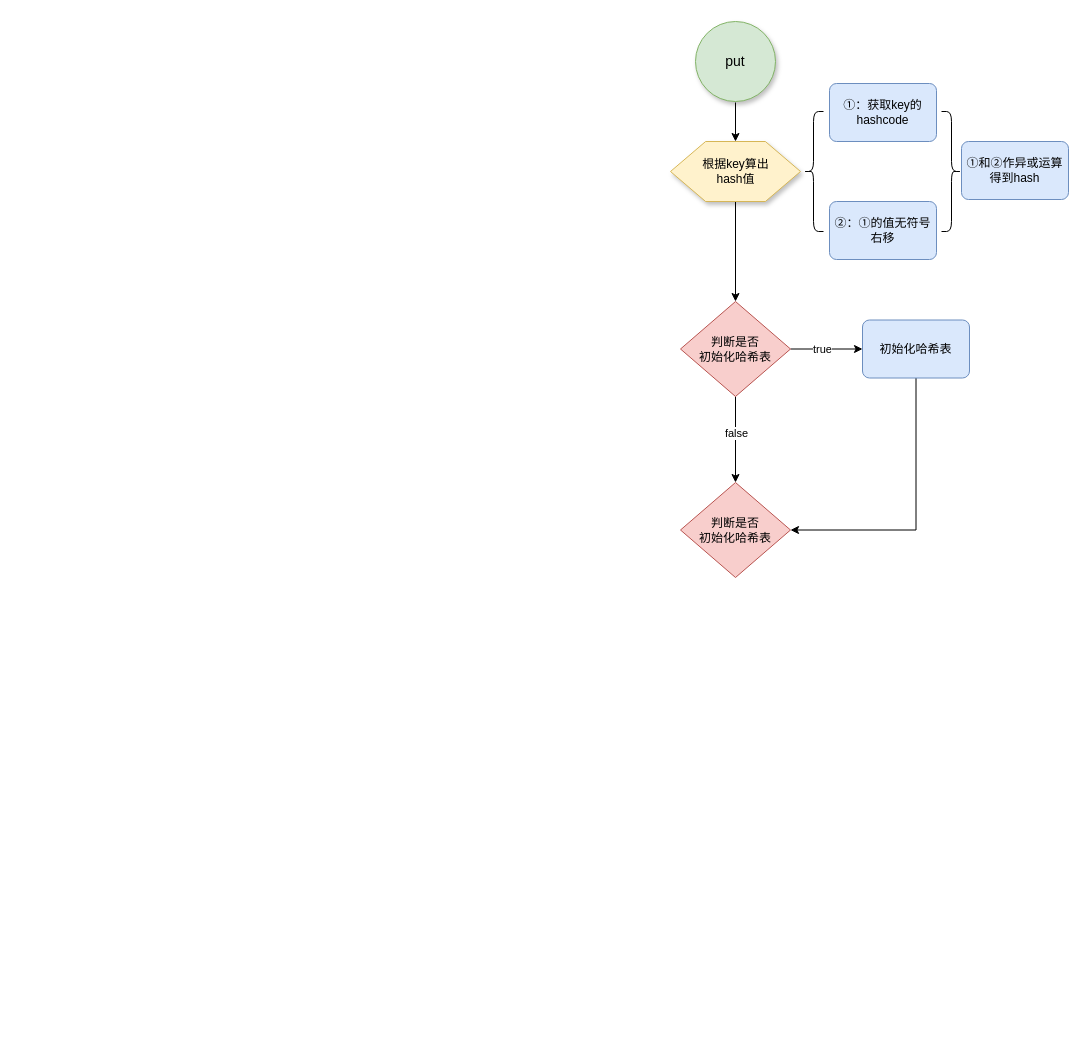
Before: typora/JavaSE/6 集合/drawio/HashMap/put过程1.8.drawio in LDChing0321/JavaLearn, a draw.io diagram. Source tidied: cells renumbered, new cells numbered last; positions are measured from the earlier drawing's top-left corner, leaving out a move shared by most shapes. Both pictures are drawn from the tidied source at 100%, with x=0, y=0 at pixel (670, 21).
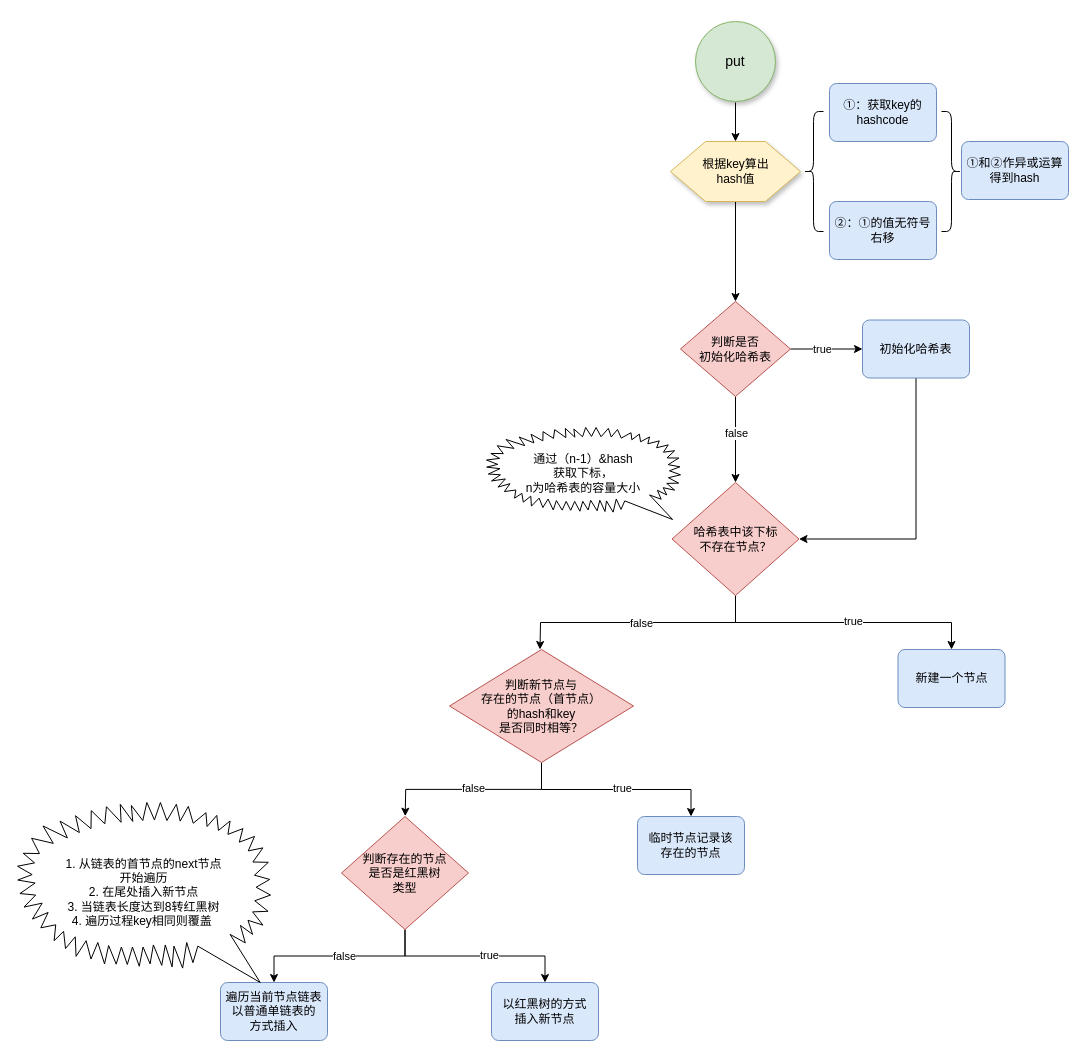
Above is the later version.

What changed in the source:
```diff
@@
+    <mxCell id="19" style="edgeStyle=orthogonalEdgeStyle;rounded=0;jettySize=auto;html=1;exitX=0.5;exitY=1;exitDx=0;exitDy=0;exitPerimeter=0;entryX=0.5;entryY=0;entryDx=0;entryDy=0;strokeColor=#000000;" parent="1" edge="1" source="18" target="24">
+      <mxGeometry relative="1" as="geometry" />
+    </mxCell>
+    <mxCell id="20" value="true" style="edgeLabel;html=1;align=center;verticalAlign=middle;" parent="19" vertex="1">
+      <mxGeometry x="0.07" y="2" relative="1" as="geometry" />
+    </mxCell>
+    <mxCell id="21" style="edgeStyle=orthogonalEdgeStyle;rounded=0;jettySize=auto;html=1;exitX=0.5;exitY=1;exitDx=0;exitDy=0;exitPerimeter=0;entryX=0.5;entryY=0;entryDx=0;entryDy=0;strokeColor=#000000;" parent="1" edge="1" source="18">
+      <mxGeometry relative="1" as="geometry">
+        <mxPoint x="-130.5" y="628" as="targetPoint" />
+      </mxGeometry>
+    </mxCell>
+    <mxCell id="22" value="false" style="edgeLabel;html=1;align=center;verticalAlign=middle;" parent="21" vertex="1">
+      <mxGeometry x="-0.16" relative="1" as="geometry">
+        <mxPoint x="-17" as="offset" />
+      </mxGeometry>
+    </mxCell>
-    <mxCell id="18" value="判断是否&lt;br&gt;初始化哈希表" style="strokeWidth=1;html=1;shape=mxgraph.flowchart.decision;whiteSpace=wrap;fillColor=#f8cecc;strokeColor=#b85450;" parent="1" vertex="1">
-      <mxGeometry x="10" y="461" width="110" height="95" as="geometry" />
+    <mxCell id="18" value="哈希表中该下标&lt;br&gt;不存在节点？" style="strokeWidth=1;html=1;shape=mxgraph.flowchart.decision;whiteSpace=wrap;fillColor=#f8cecc;strokeColor=#b85450;" parent="1" vertex="1">
+      <mxGeometry x="1.5" y="461" width="127" height="113" as="geometry" />
     </mxCell>
+    <mxCell id="23" value="通过（n-1）&amp;amp;hash&lt;br&gt;获取下标，&lt;br&gt;n为哈希表的容量大小" style="whiteSpace=wrap;html=1;shape=mxgraph.basic.loud_callout;strokeWidth=1;flipH=1;" parent="1" vertex="1">
+      <mxGeometry x="-184" y="406" width="194" height="92" as="geometry" />
+    </mxCell>
+    <mxCell id="24" value="新建一个节点" style="rounded=1;whiteSpace=wrap;html=1;absoluteArcSize=1;arcSize=14;strokeWidth=1;fillColor=#dae8fc;strokeColor=#6c8ebf;" parent="1" vertex="1">
+      <mxGeometry x="227.5" y="628" width="107" height="58" as="geometry" />
+    </mxCell>
+    <mxCell id="25" style="edgeStyle=orthogonalEdgeStyle;rounded=0;jettySize=auto;html=1;exitX=0.5;exitY=1;exitDx=0;exitDy=0;exitPerimeter=0;entryX=0.5;entryY=0;entryDx=0;entryDy=0;strokeColor=#000000;" parent="1" edge="1" source="29" target="30">
+      <mxGeometry relative="1" as="geometry" />
+    </mxCell>
+    <mxCell id="26" value="true" style="edgeLabel;html=1;align=center;verticalAlign=middle;" parent="25" vertex="1">
+      <mxGeometry x="0.11" y="4" relative="1" as="geometry">
+        <mxPoint x="-6" y="2" as="offset" />
+      </mxGeometry>
+    </mxCell>
+    <mxCell id="27" style="edgeStyle=orthogonalEdgeStyle;rounded=0;jettySize=auto;html=1;exitX=0.5;exitY=1;exitDx=0;exitDy=0;exitPerimeter=0;strokeColor=#000000;" parent="1" edge="1" source="29">
+      <mxGeometry relative="1" as="geometry">
+        <mxPoint x="-265.3" y="794.7" as="targetPoint" />
+      </mxGeometry>
+    </mxCell>
+    <mxCell id="28" value="false" style="edgeLabel;html=1;align=center;verticalAlign=middle;" parent="27" vertex="1">
+      <mxGeometry x="-0.08" y="1" relative="1" as="geometry">
+        <mxPoint x="-8" y="-2" as="offset" />
+      </mxGeometry>
+    </mxCell>
+    <mxCell id="29" value="判断新节点与&lt;br&gt;存在的节点（首节点）&lt;br&gt;的hash和key&lt;br&gt;是否同时相等？" style="strokeWidth=1;html=1;shape=mxgraph.flowchart.decision;whiteSpace=wrap;fillColor=#f8cecc;strokeColor=#b85450;" parent="1" vertex="1">
+      <mxGeometry x="-221" y="628" width="184" height="113" as="geometry" />
+    </mxCell>
+    <mxCell id="30" value="临时节点记录该&lt;br&gt;存在的节点" style="rounded=1;whiteSpace=wrap;html=1;absoluteArcSize=1;arcSize=14;strokeWidth=1;fillColor=#dae8fc;strokeColor=#6c8ebf;" parent="1" vertex="1">
+      <mxGeometry x="-33" y="795" width="107" height="58" as="geometry" />
+    </mxCell>
+    <mxCell id="31" style="edgeStyle=orthogonalEdgeStyle;rounded=0;jettySize=auto;html=1;exitX=0.5;exitY=1;exitDx=0;exitDy=0;exitPerimeter=0;entryX=0.5;entryY=0;entryDx=0;entryDy=0;strokeColor=#000000;" parent="1" edge="1" source="35" target="36">
+      <mxGeometry relative="1" as="geometry" />
+    </mxCell>
+    <mxCell id="32" value="true" style="edgeLabel;html=1;align=center;verticalAlign=middle;" parent="31" vertex="1">
+      <mxGeometry x="0.14" y="1" relative="1" as="geometry" />
+    </mxCell>
+    <mxCell id="33" style="edgeStyle=orthogonalEdgeStyle;rounded=0;jettySize=auto;html=1;exitX=0.5;exitY=1;exitDx=0;exitDy=0;exitPerimeter=0;strokeColor=#000000;" parent="1" edge="1" source="35" target="37">
+      <mxGeometry relative="1" as="geometry" />
+    </mxCell>
+    <mxCell id="34" value="false" style="edgeLabel;html=1;align=center;verticalAlign=middle;" parent="33" vertex="1">
+      <mxGeometry x="-0.2" y="1" relative="1" as="geometry">
+        <mxPoint x="-14" y="-1" as="offset" />
+      </mxGeometry>
+    </mxCell>
+    <mxCell id="35" value="判断存在的节点&lt;br&gt;是否是红黑树&lt;br&gt;类型" style="strokeWidth=1;html=1;shape=mxgraph.flowchart.decision;whiteSpace=wrap;fillColor=#f8cecc;strokeColor=#b85450;" parent="1" vertex="1">
+      <mxGeometry x="-329" y="795" width="127" height="113" as="geometry" />
+    </mxCell>
+    <mxCell id="36" value="以红黑树的方式&lt;br&gt;插入新节点" style="rounded=1;whiteSpace=wrap;html=1;absoluteArcSize=1;arcSize=14;strokeWidth=1;fillColor=#dae8fc;strokeColor=#6c8ebf;" parent="1" vertex="1">
+      <mxGeometry x="-179" y="961" width="107" height="58" as="geometry" />
+    </mxCell>
+    <mxCell id="37" value="遍历当前节点链表&lt;br&gt;以普通单链表的&lt;br&gt;方式插入" style="rounded=1;whiteSpace=wrap;html=1;absoluteArcSize=1;arcSize=14;strokeWidth=1;fillColor=#dae8fc;strokeColor=#6c8ebf;" parent="1" vertex="1">
+      <mxGeometry x="-450" y="961" width="107" height="58" as="geometry" />
+    </mxCell>
+    <mxCell id="38" value="1. 从链表的首节点的next节点&lt;br&gt;开始遍历&lt;br&gt;2.&amp;nbsp;在尾处插入新节点&lt;br&gt;3.&amp;nbsp;当链表长度达到8转红黑树&lt;br&gt;4.&amp;nbsp;遍历过程key相同则覆盖&amp;nbsp;" style="whiteSpace=wrap;html=1;shape=mxgraph.basic.loud_callout;strokeWidth=1;flipH=1;align=center;" parent="1" vertex="1">
+      <mxGeometry x="-653" y="781" width="253" height="180" as="geometry" />
+    </mxCell>
```
